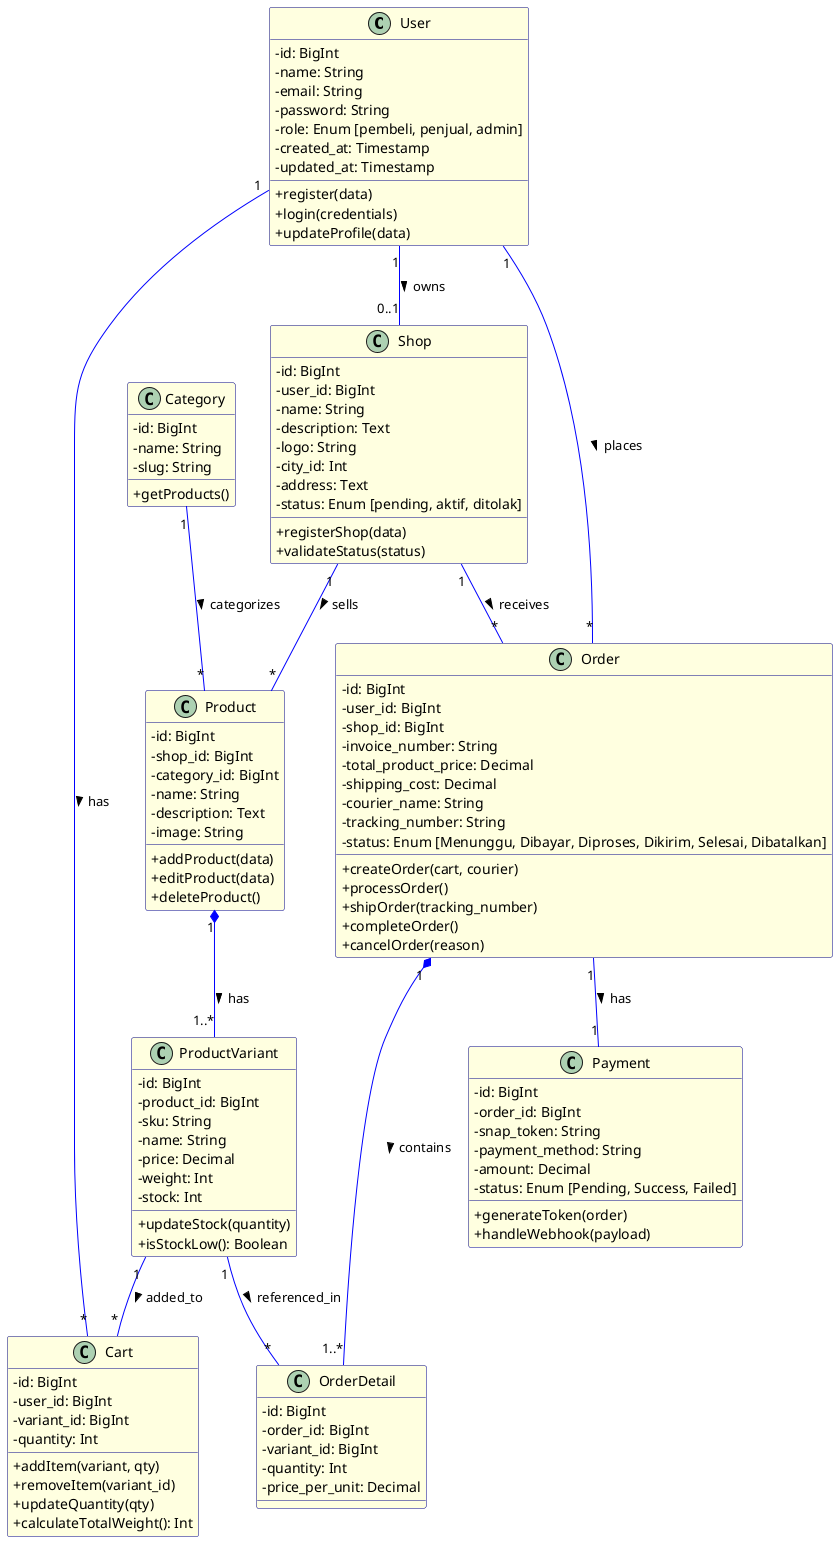
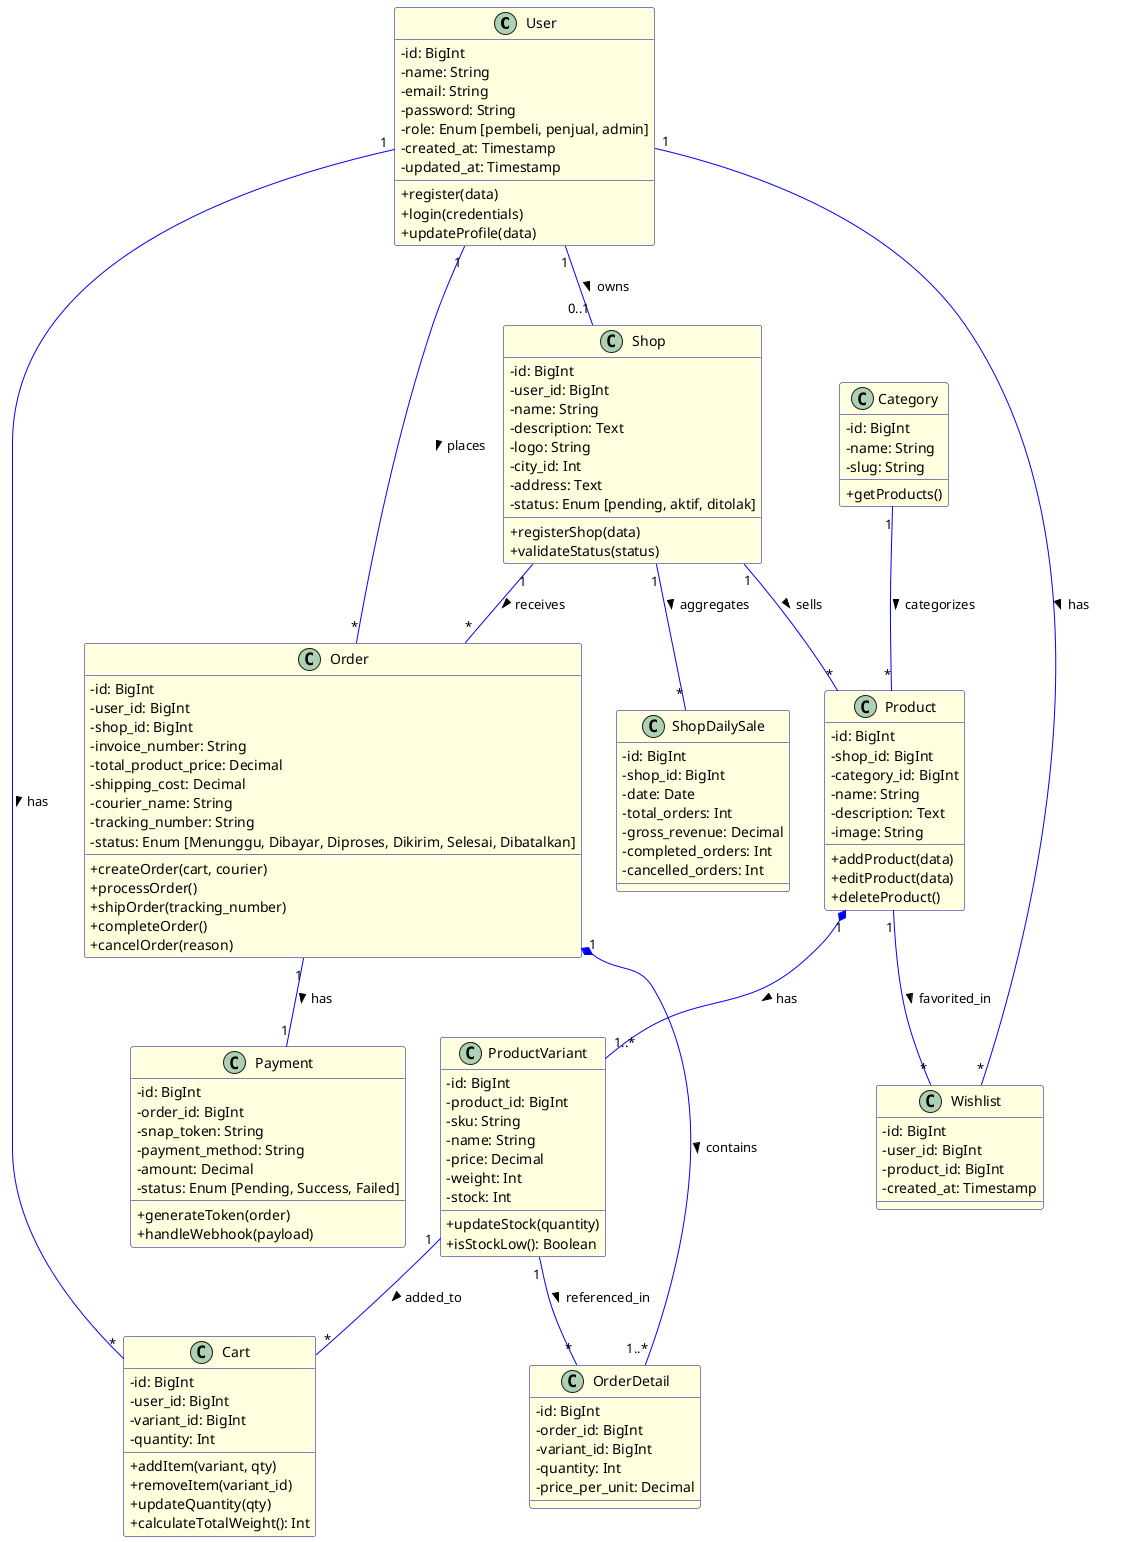
@startuml
skinparam classAttributeIconSize 0
skinparam class {
    BackgroundColor LightYellow
    BorderColor DarkBlue
    ArrowColor Blue
}

class User {
  - id: BigInt
  - name: String
  - email: String
  - password: String
  - role: Enum [pembeli, penjual, admin]
  - created_at: Timestamp
  - updated_at: Timestamp
  + register(data)
  + login(credentials)
  + updateProfile(data)
}

class Shop {
  - id: BigInt
  - user_id: BigInt
  - name: String
  - description: Text
  - logo: String
  - city_id: Int
  - address: Text
  - status: Enum [pending, aktif, ditolak]
  + registerShop(data)
  + validateStatus(status)
}

class Category {
  - id: BigInt
  - name: String
  - slug: String
  + getProducts()
}

class Product {
  - id: BigInt
  - shop_id: BigInt
  - category_id: BigInt
  - name: String
  - description: Text
  - image: String
  + addProduct(data)
  + editProduct(data)
  + deleteProduct()
}

class ProductVariant {
  - id: BigInt
  - product_id: BigInt
  - sku: String
  - name: String
  - price: Decimal
  - weight: Int
  - stock: Int
  + updateStock(quantity)
  + isStockLow(): Boolean
}

class Cart {
  - id: BigInt
  - user_id: BigInt
  - variant_id: BigInt
  - quantity: Int
  + addItem(variant, qty)
  + removeItem(variant_id)
  + updateQuantity(qty)
  + calculateTotalWeight(): Int
}

class Order {
  - id: BigInt
  - user_id: BigInt
  - shop_id: BigInt
  - invoice_number: String
  - total_product_price: Decimal
  - shipping_cost: Decimal
  - courier_name: String
  - tracking_number: String
  - status: Enum [Menunggu, Dibayar, Diproses, Dikirim, Selesai, Dibatalkan]
  + createOrder(cart, courier)
  + processOrder()
  + shipOrder(tracking_number)
  + completeOrder()
  + cancelOrder(reason)
}

class OrderDetail {
  - id: BigInt
  - order_id: BigInt
  - variant_id: BigInt
  - quantity: Int
  - price_per_unit: Decimal
}

class Payment {
  - id: BigInt
  - order_id: BigInt
  - snap_token: String
  - payment_method: String
  - amount: Decimal
  - status: Enum [Pending, Success, Failed]
  + generateToken(order)
  + handleWebhook(payload)
}

+ class Wishlist {
+   - id: BigInt
+   - user_id: BigInt
+   - product_id: BigInt
+   - created_at: Timestamp
+ }
+ 
+ class ShopDailySale {
+   - id: BigInt
+   - shop_id: BigInt
+   - date: Date
+   - total_orders: Int
+   - gross_revenue: Decimal
+   - completed_orders: Int
+   - cancelled_orders: Int
+ }
+ 
' Relationships Mapping
User "1" -- "0..1" Shop : owns >
User "1" -- "*" Order : places >
User "1" -- "*" Cart : has >

Shop "1" -- "*" Product : sells >
Shop "1" -- "*" Order : receives >
+ Shop "1" -- "*" ShopDailySale : aggregates >

Category "1" -- "*" Product : categorizes >

Product "1" *-- "1..*" ProductVariant : has >

ProductVariant "1" -- "*" Cart : added_to >
ProductVariant "1" -- "*" OrderDetail : referenced_in >

Order "1" *-- "1..*" OrderDetail : contains >
Order "1" -- "1" Payment : has >

+ User "1" -- "*" Wishlist : has >
+ Product "1" -- "*" Wishlist : favorited_in >
+ 
@enduml
